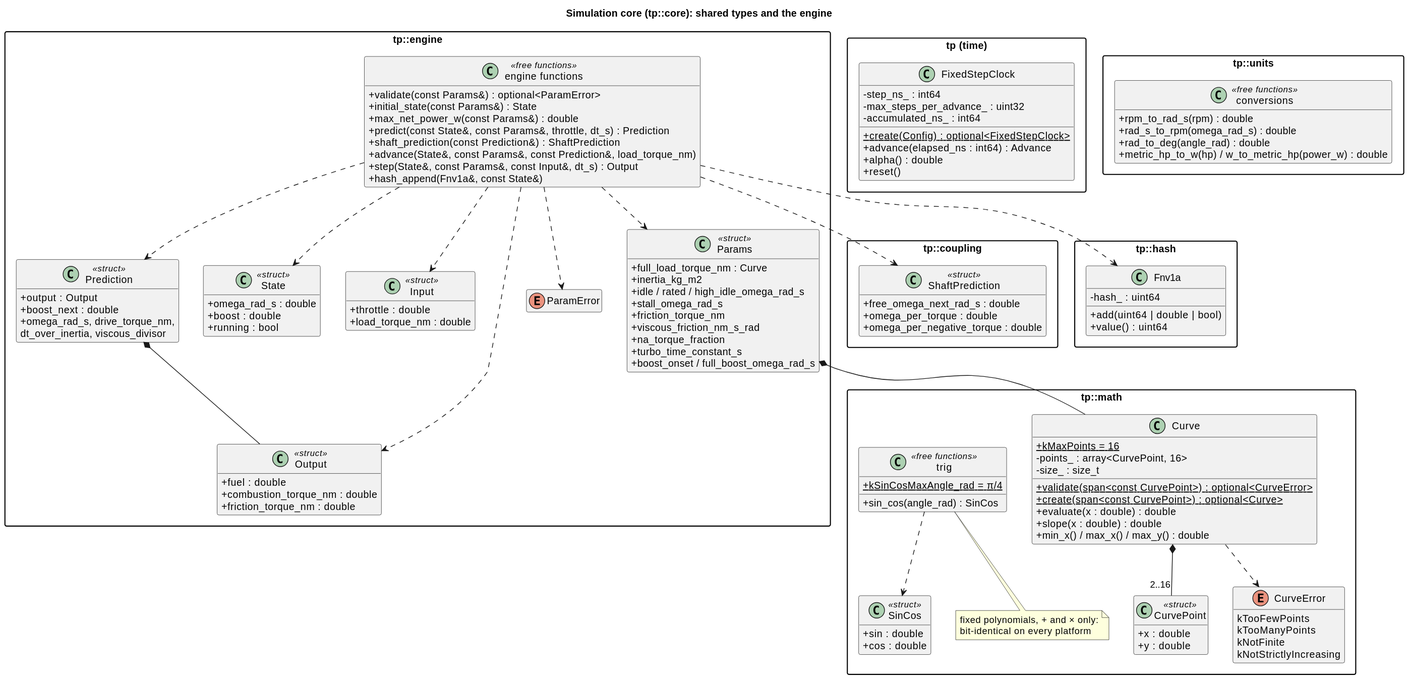
Earlier version of the PlantUML export docs/diagrams/svg/core_classes.svg (wversteeg/TractorPulling).
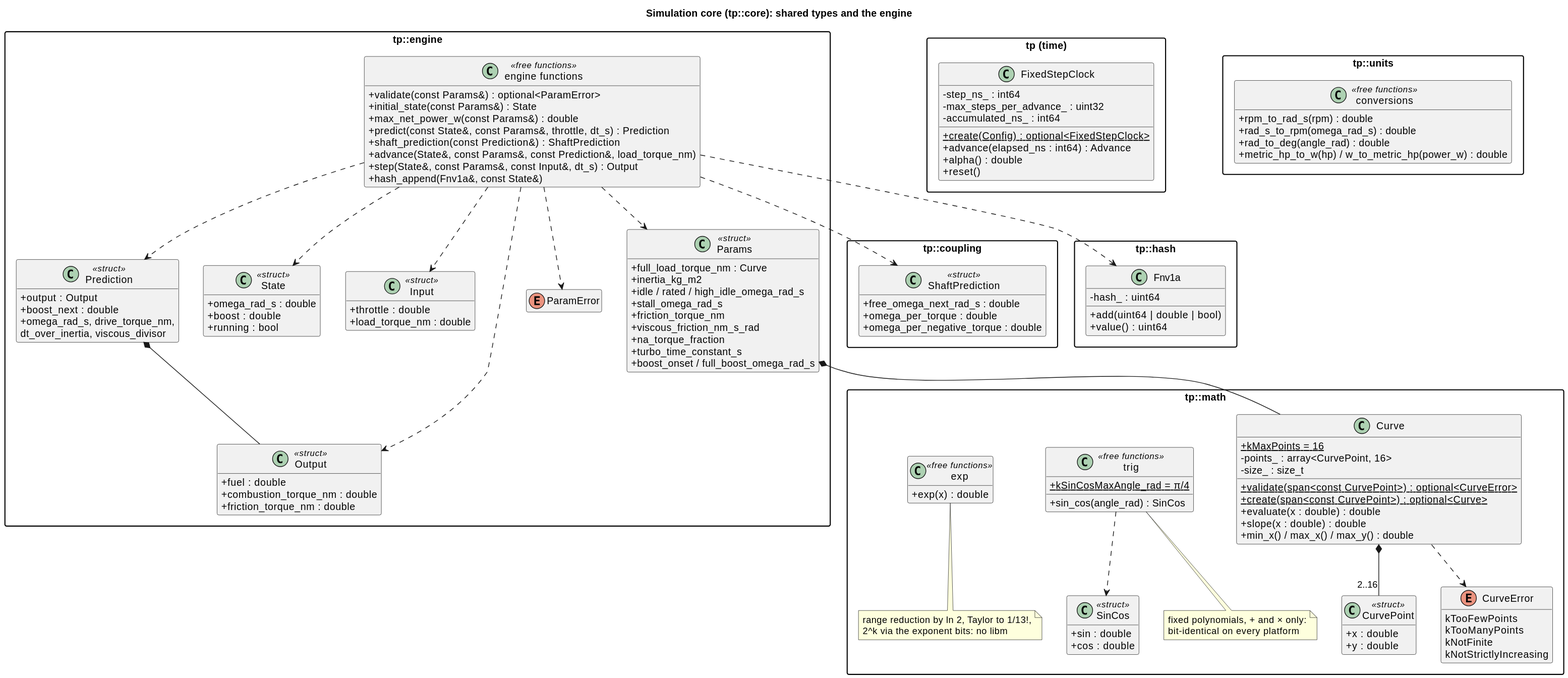
The same file after the commit.

Change to the diagram source:
```diff
@@ -47,6 +47,13 @@
     note bottom of Trig
       fixed polynomials, + and × only:
       bit-identical on every platform
+    end note
+    class "exp" as Exp <<free functions>> {
+      +exp(x) : double
+    }
+    note bottom of Exp
+      range reduction by ln 2, Taylor to 1/13!,
+      2^k via the exponent bits: no libm
     end note
   }
 
```
